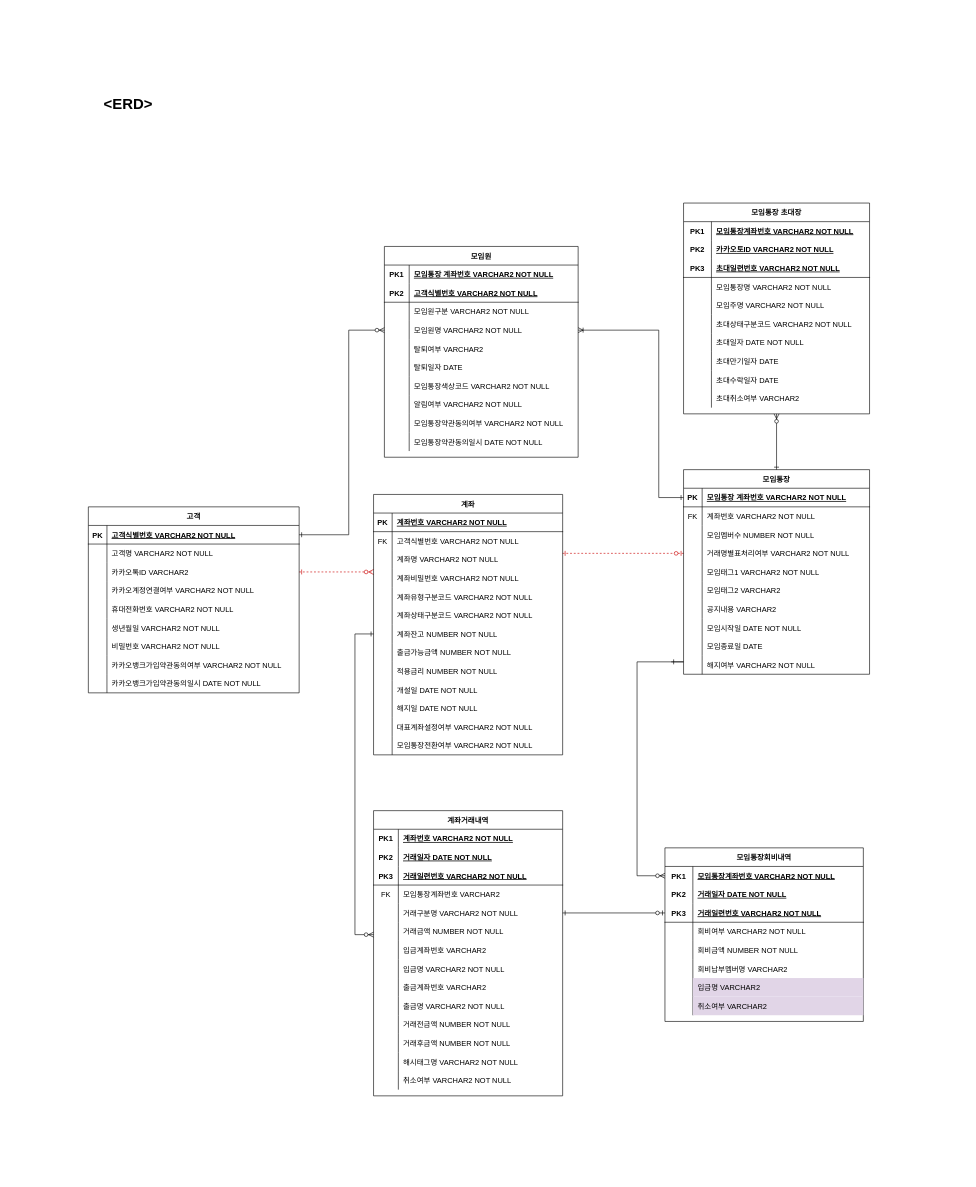
Before: ModifiedErd.drawio in jeondele/DBmodeling, a draw.io diagram. Source tidied: cells renumbered, new cells numbered last; positions are measured from the earlier drawing's top-left corner, leaving out a move shared by most shapes. Both pictures are drawn from the tidied source at 62%, with x=0, y=0 at pixel (26, 11).
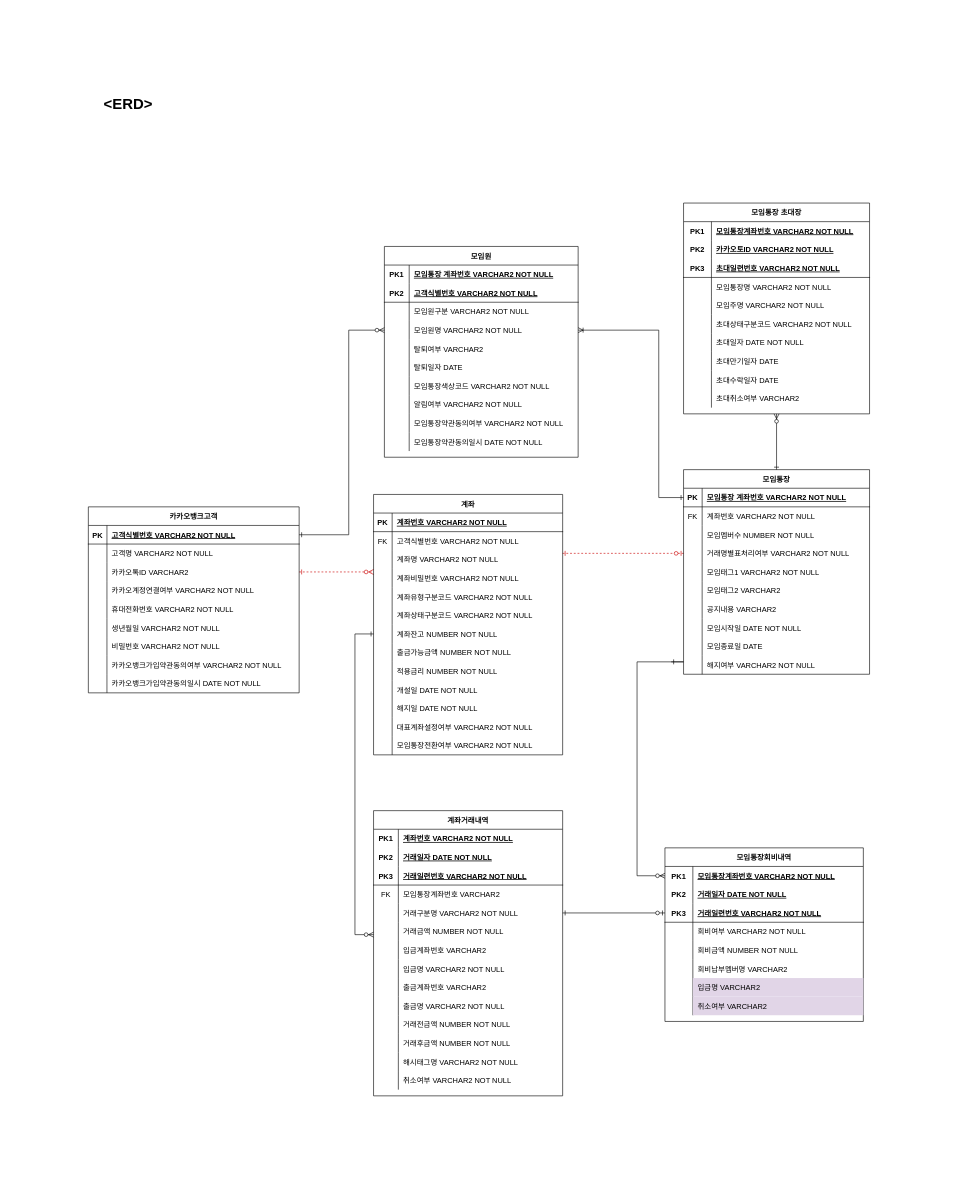
Above is the later version.

Change to the diagram source:
```diff
@@
-    <mxCell id="75" value="고객" style="shape=table;startSize=30;childLayout=tableLayout;rowLines=0;fontStyle=1;align=center;" parent="1" vertex="1">
+    <mxCell id="75" value="카카오뱅크고객" style="shape=table;startSize=30;childLayout=tableLayout;rowLines=0;fontStyle=1;align=center;" parent="1" vertex="1">
       <mxGeometry x="100" y="800" width="340" height="300" as="geometry" />
     </mxCell>
```
